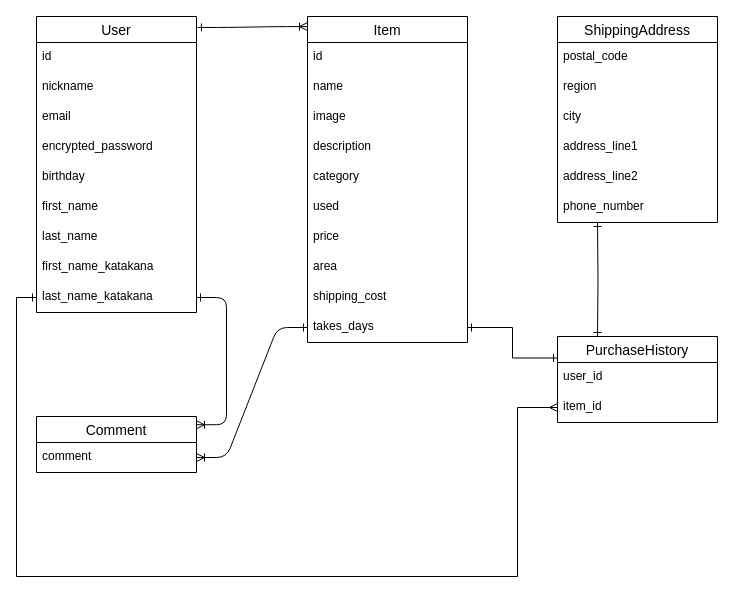
The draw.io diagram test.dio in YShu518/furima-35833, before the edit. Source tidied: cells renumbered, new cells numbered last; positions are measured from the earlier drawing's top-left corner, leaving out a move shared by most shapes. Both pictures are drawn from the tidied source at 100%, with x=0, y=0 at pixel (16, 16).
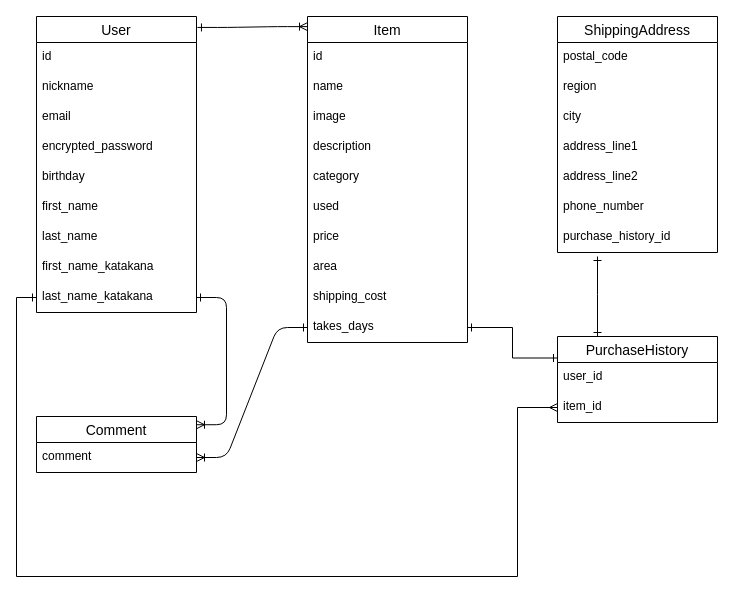
The same diagram, later.

Commit message (it also covers changes not shown here):
purchase_history_idの追加

Unchanged cells that the change refers to:
```xml
<mxCell id="35" value="PurchaseHistory" style="swimlane;fontStyle=0;horizontal=1;startSize=26;align=center;fontSize=14;" parent="1" vertex="1">
  <mxGeometry x="541" y="320" width="160" height="86" as="geometry" />
</mxCell>
```

What changed in the source:
```diff
@@
     <mxCell id="28" value="ShippingAddress" style="swimlane;fontStyle=0;horizontal=1;startSize=26;align=center;fontSize=14;" parent="1" vertex="1">
-      <mxGeometry x="541" width="160" height="206" as="geometry" />
+      <mxGeometry x="541" width="160" height="236" as="geometry" />
     </mxCell>
@@
+    <mxCell id="42" value="purchase_history_id" style="text;strokeColor=none;fillColor=none;spacingLeft=4;spacingRight=4;overflow=hidden;fontSize=12;" parent="28" vertex="1">
+      <mxGeometry y="206" width="160" height="30" as="geometry" />
+    </mxCell>
@@
     <mxCell id="41" style="edgeStyle=orthogonalEdgeStyle;rounded=0;jettySize=auto;html=1;entryX=0.25;entryY=0;entryDx=0;entryDy=0;startArrow=ERone;startFill=0;endArrow=ERone;endFill=0;" parent="1" edge="1" target="35">
       <mxGeometry relative="1" as="geometry">
-        <mxPoint x="581" y="206" as="sourcePoint" />
+        <mxPoint x="581" y="240" as="sourcePoint" />
+        <Array as="points">
+          <mxPoint x="581" y="278" />
+        </Array>
       </mxGeometry>
     </mxCell>
```
